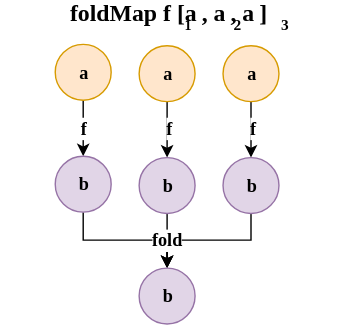
Above: src/images/foldMap.svg in owickstrom/domain-modeling-with-haskell-data-structures-oredev (draw.io), before the change. Source tidied: cells renumbered, new cells last; positions are measured from the earlier drawing's top-left corner, leaving out a move shared by most shapes. The source it was exported from:
```xml
<mxGraphModel background="#ffffff">
  <root>
    <mxCell id="0" />
    <mxCell id="1" parent="0" />
    <mxCell id="2" style="edgeStyle=orthogonalEdgeStyle;rounded=0;html=1;exitX=0.5;exitY=1;entryX=0.5;entryY=0;jettySize=auto;strokeWidth=1;fontSize=24;" parent="1" edge="1" source="3" target="9">
      <mxGeometry relative="1" as="geometry" />
    </mxCell>
    <mxCell id="3" value="a" style="ellipse;whiteSpace=wrap;html=1;fontFamily=Iosevka;fontStyle=1;fontSize=13;strokeWidth=1;fillColor=#ffe6cc;strokeColor=#d79b00;" parent="1" vertex="1">
      <mxGeometry x="39" y="30" width="40" height="40" as="geometry" />
    </mxCell>
    <mxCell id="4" style="edgeStyle=orthogonalEdgeStyle;rounded=0;html=1;exitX=0.5;exitY=1;entryX=0.5;entryY=0;jettySize=auto;strokeWidth=1;fontSize=24;" parent="1" edge="1" source="5" target="11">
      <mxGeometry relative="1" as="geometry" />
    </mxCell>
    <mxCell id="5" value="a" style="ellipse;whiteSpace=wrap;html=1;fontFamily=Iosevka;fontStyle=1;fontSize=13;strokeWidth=1;fillColor=#ffe6cc;strokeColor=#d79b00;" parent="1" vertex="1">
      <mxGeometry x="99" y="30.5" width="40" height="40" as="geometry" />
    </mxCell>
    <mxCell id="6" style="edgeStyle=orthogonalEdgeStyle;rounded=0;html=1;exitX=0.5;exitY=1;entryX=0.5;entryY=0;jettySize=auto;strokeWidth=1;fontSize=24;" parent="1" edge="1" source="7" target="13">
      <mxGeometry relative="1" as="geometry" />
    </mxCell>
    <mxCell id="7" value="a" style="ellipse;whiteSpace=wrap;html=1;fontFamily=Iosevka;fontStyle=1;fontSize=13;strokeWidth=1;fillColor=#ffe6cc;strokeColor=#d79b00;" parent="1" vertex="1">
      <mxGeometry x="159" y="30.5" width="40" height="40" as="geometry" />
    </mxCell>
    <mxCell id="8" style="edgeStyle=orthogonalEdgeStyle;rounded=0;html=1;exitX=0.5;exitY=1;jettySize=auto;strokeWidth=1;fontSize=24;entryX=0.5;entryY=0;" parent="1" edge="1" source="9" target="14">
      <mxGeometry relative="1" as="geometry" />
    </mxCell>
    <mxCell id="9" value="b" style="ellipse;whiteSpace=wrap;html=1;fontFamily=Iosevka;fontStyle=1;fontSize=13;strokeWidth=1;fillColor=#e1d5e7;strokeColor=#9673a6;" parent="1" vertex="1">
      <mxGeometry x="39" y="110" width="40" height="40" as="geometry" />
    </mxCell>
    <mxCell id="10" style="edgeStyle=orthogonalEdgeStyle;rounded=0;html=1;exitX=0.5;exitY=1;entryX=0.5;entryY=0;jettySize=auto;strokeWidth=1;fontSize=24;" parent="1" edge="1" source="11" target="14">
      <mxGeometry relative="1" as="geometry" />
    </mxCell>
    <mxCell id="11" value="b" style="ellipse;whiteSpace=wrap;html=1;fontFamily=Iosevka;fontStyle=1;fontSize=13;strokeWidth=1;fillColor=#e1d5e7;strokeColor=#9673a6;" parent="1" vertex="1">
      <mxGeometry x="99" y="110.5" width="40" height="40" as="geometry" />
    </mxCell>
    <mxCell id="12" style="edgeStyle=orthogonalEdgeStyle;rounded=0;html=1;exitX=0.5;exitY=1;entryX=0.5;entryY=0;jettySize=auto;strokeWidth=1;fontSize=24;" parent="1" edge="1" source="13" target="14">
      <mxGeometry relative="1" as="geometry">
        <Array as="points">
          <mxPoint x="179" y="170" />
          <mxPoint x="119" y="170" />
        </Array>
      </mxGeometry>
    </mxCell>
    <mxCell id="13" value="b" style="ellipse;whiteSpace=wrap;html=1;fontFamily=Iosevka;fontStyle=1;fontSize=13;strokeWidth=1;fillColor=#e1d5e7;strokeColor=#9673a6;" parent="1" vertex="1">
      <mxGeometry x="159" y="110.5" width="40" height="40" as="geometry" />
    </mxCell>
    <mxCell id="14" value="b" style="ellipse;whiteSpace=wrap;html=1;fontFamily=Iosevka;fontStyle=1;fontSize=13;strokeWidth=1;fillColor=#e1d5e7;strokeColor=#9673a6;" parent="1" vertex="1">
      <mxGeometry x="99" y="190" width="40" height="40" as="geometry" />
    </mxCell>
    <mxCell id="15" value="f" style="text;html=1;strokeColor=none;fillColor=none;align=center;verticalAlign=middle;whiteSpace=wrap;rounded=0;fontSize=13;fontFamily=Iosevka;fontStyle=1;labelBackgroundColor=#ffffff;" parent="1" vertex="1">
      <mxGeometry x="49" y="80" width="20" height="20" as="geometry" />
    </mxCell>
    <mxCell id="16" value="f" style="text;html=1;strokeColor=none;fillColor=none;align=center;verticalAlign=middle;whiteSpace=wrap;rounded=0;fontSize=13;fontFamily=Iosevka;fontStyle=1;labelBackgroundColor=#ffffff;" parent="1" vertex="1">
      <mxGeometry x="110" y="80" width="20" height="20" as="geometry" />
    </mxCell>
    <mxCell id="17" value="f" style="text;html=1;strokeColor=none;fillColor=none;align=center;verticalAlign=middle;whiteSpace=wrap;rounded=0;fontSize=13;fontFamily=Iosevka;fontStyle=1;labelBackgroundColor=#ffffff;" parent="1" vertex="1">
      <mxGeometry x="170" y="80" width="20" height="20" as="geometry" />
    </mxCell>
    <mxCell id="18" value="fold" style="text;html=1;strokeColor=none;fillColor=none;align=center;verticalAlign=middle;whiteSpace=wrap;rounded=0;fontSize=13;fontFamily=Iosevka;fontStyle=1;labelBackgroundColor=#ffffff;" parent="1" vertex="1">
      <mxGeometry x="99" y="160" width="40" height="20" as="geometry" />
    </mxCell>
    <mxCell id="19" value="&lt;font style=&quot;font-size: 17px&quot;&gt;foldMap f [a&lt;font style=&quot;font-size: 17px&quot;&gt;&lt;sub&gt; &lt;/sub&gt;&lt;/font&gt;, a&lt;sub&gt; &lt;/sub&gt;, a&lt;sub&gt; &lt;/sub&gt;]&lt;/font&gt;" style="text;html=1;strokeColor=none;fillColor=none;align=center;verticalAlign=middle;whiteSpace=wrap;rounded=0;labelBackgroundColor=#ffffff;fontFamily=Iosevka;fontSize=13;fontStyle=1;" parent="1" vertex="1">
      <mxGeometry width="240" height="20" as="geometry" />
    </mxCell>
    <mxCell id="20" value="&lt;font style=&quot;font-size: 10px&quot;&gt;1&lt;/font&gt;" style="text;html=1;align=left;verticalAlign=top;spacingTop=-4;fontSize=13;fontFamily=Iosevka;fontStyle=1;" parent="1" vertex="1">
      <mxGeometry x="130" y="5" width="20" height="20" as="geometry" />
    </mxCell>
    <mxCell id="21" value="&lt;font style=&quot;font-size: 11px&quot;&gt;2&lt;/font&gt;" style="text;html=1;align=left;verticalAlign=top;spacingTop=-4;fontSize=13;fontFamily=Iosevka;fontStyle=1;" parent="1" vertex="1">
      <mxGeometry x="165" y="5" width="20" height="20" as="geometry" />
    </mxCell>
    <mxCell id="22" value="3" style="text;html=1;align=left;verticalAlign=top;spacingTop=-4;fontSize=11;fontFamily=Iosevka;fontStyle=1;" parent="1" vertex="1">
      <mxGeometry x="199" y="7" width="20" height="20" as="geometry" />
    </mxCell>
  </root>
</mxGraphModel>
```
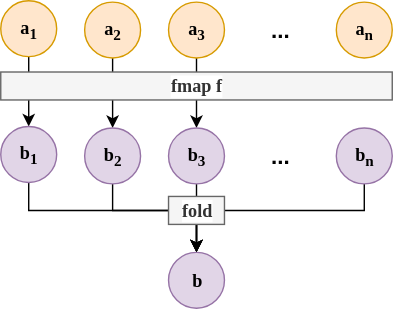
Above is the later version.

Diff of the diagram source:
```diff
@@ -5,70 +5,78 @@
     <mxCell id="2" style="edgeStyle=orthogonalEdgeStyle;rounded=0;html=1;exitX=0.5;exitY=1;entryX=0.5;entryY=0;jettySize=auto;strokeWidth=1;fontSize=24;" parent="1" edge="1" source="3" target="9">
       <mxGeometry relative="1" as="geometry" />
     </mxCell>
-    <mxCell id="3" value="a" style="ellipse;whiteSpace=wrap;html=1;fontFamily=Iosevka;fontStyle=1;fontSize=13;strokeWidth=1;fillColor=#ffe6cc;strokeColor=#d79b00;" parent="1" vertex="1">
-      <mxGeometry x="39" y="30" width="40" height="40" as="geometry" />
+    <mxCell id="3" value="a&lt;sub&gt;1&lt;/sub&gt;" style="ellipse;whiteSpace=wrap;html=1;fontFamily=Iosevka;fontStyle=1;fontSize=13;strokeWidth=1;fillColor=#ffe6cc;strokeColor=#d79b00;" parent="1" vertex="1">
+      <mxGeometry x="39" y="20" width="40" height="40" as="geometry" />
     </mxCell>
     <mxCell id="4" style="edgeStyle=orthogonalEdgeStyle;rounded=0;html=1;exitX=0.5;exitY=1;entryX=0.5;entryY=0;jettySize=auto;strokeWidth=1;fontSize=24;" parent="1" edge="1" source="5" target="11">
       <mxGeometry relative="1" as="geometry" />
     </mxCell>
-    <mxCell id="5" value="a" style="ellipse;whiteSpace=wrap;html=1;fontFamily=Iosevka;fontStyle=1;fontSize=13;strokeWidth=1;fillColor=#ffe6cc;strokeColor=#d79b00;" parent="1" vertex="1">
-      <mxGeometry x="99" y="30.5" width="40" height="40" as="geometry" />
+    <mxCell id="5" value="a&lt;sub&gt;2&lt;/sub&gt;" style="ellipse;whiteSpace=wrap;html=1;fontFamily=Iosevka;fontStyle=1;fontSize=13;strokeWidth=1;fillColor=#ffe6cc;strokeColor=#d79b00;" parent="1" vertex="1">
+      <mxGeometry x="99" y="20.5" width="40" height="40" as="geometry" />
     </mxCell>
     <mxCell id="6" style="edgeStyle=orthogonalEdgeStyle;rounded=0;html=1;exitX=0.5;exitY=1;entryX=0.5;entryY=0;jettySize=auto;strokeWidth=1;fontSize=24;" parent="1" edge="1" source="7" target="13">
       <mxGeometry relative="1" as="geometry" />
     </mxCell>
-    <mxCell id="7" value="a" style="ellipse;whiteSpace=wrap;html=1;fontFamily=Iosevka;fontStyle=1;fontSize=13;strokeWidth=1;fillColor=#ffe6cc;strokeColor=#d79b00;" parent="1" vertex="1">
-      <mxGeometry x="159" y="30.5" width="40" height="40" as="geometry" />
+    <mxCell id="7" value="a&lt;sub&gt;3&lt;/sub&gt;" style="ellipse;whiteSpace=wrap;html=1;fontFamily=Iosevka;fontStyle=1;fontSize=13;strokeWidth=1;fillColor=#ffe6cc;strokeColor=#d79b00;" parent="1" vertex="1">
+      <mxGeometry x="159" y="20.5" width="40" height="40" as="geometry" />
     </mxCell>
     <mxCell id="8" style="edgeStyle=orthogonalEdgeStyle;rounded=0;html=1;exitX=0.5;exitY=1;jettySize=auto;strokeWidth=1;fontSize=24;entryX=0.5;entryY=0;" parent="1" edge="1" source="9" target="14">
-      <mxGeometry relative="1" as="geometry" />
+      <mxGeometry relative="1" as="geometry">
+        <Array as="points">
+          <mxPoint x="59" y="170" />
+          <mxPoint x="179" y="170" />
+        </Array>
+      </mxGeometry>
     </mxCell>
-    <mxCell id="9" value="b" style="ellipse;whiteSpace=wrap;html=1;fontFamily=Iosevka;fontStyle=1;fontSize=13;strokeWidth=1;fillColor=#e1d5e7;strokeColor=#9673a6;" parent="1" vertex="1">
+    <mxCell id="9" value="b&lt;sub&gt;1&lt;/sub&gt;" style="ellipse;whiteSpace=wrap;html=1;fontFamily=Iosevka;fontStyle=1;fontSize=13;strokeWidth=1;fillColor=#e1d5e7;strokeColor=#9673a6;" parent="1" vertex="1">
       <mxGeometry x="39" y="110" width="40" height="40" as="geometry" />
     </mxCell>
-    <mxCell id="10" style="edgeStyle=orthogonalEdgeStyle;rounded=0;html=1;exitX=0.5;exitY=1;entryX=0.5;entryY=0;jettySize=auto;strokeWidth=1;fontSize=24;" parent="1" edge="1" source="11" target="14">
-      <mxGeometry relative="1" as="geometry" />
-    </mxCell>
+    <mxCell id="23" style="edgeStyle=orthogonalEdgeStyle;rounded=0;html=1;exitX=0.5;exitY=1;jettySize=auto;fontFamily=Iosevka;fontSize=16;" parent="1" edge="1" source="11">
+      <mxGeometry relative="1" as="geometry">
+        <mxPoint x="179" y="200" as="targetPoint" />
+        <Array as="points">
+          <mxPoint x="119" y="170" />
+          <mxPoint x="179" y="170" />
+        </Array>
+      </mxGeometry>
+    </mxCell>
-    <mxCell id="11" value="b" style="ellipse;whiteSpace=wrap;html=1;fontFamily=Iosevka;fontStyle=1;fontSize=13;strokeWidth=1;fillColor=#e1d5e7;strokeColor=#9673a6;" parent="1" vertex="1">
+    <mxCell id="11" value="b&lt;sub&gt;2&lt;/sub&gt;" style="ellipse;whiteSpace=wrap;html=1;fontFamily=Iosevka;fontStyle=1;fontSize=13;strokeWidth=1;fillColor=#e1d5e7;strokeColor=#9673a6;" parent="1" vertex="1">
       <mxGeometry x="99" y="110.5" width="40" height="40" as="geometry" />
     </mxCell>
-    <mxCell id="12" style="edgeStyle=orthogonalEdgeStyle;rounded=0;html=1;exitX=0.5;exitY=1;entryX=0.5;entryY=0;jettySize=auto;strokeWidth=1;fontSize=24;" parent="1" edge="1" source="13" target="14">
-      <mxGeometry relative="1" as="geometry">
-        <Array as="points">
-          <mxPoint x="179" y="170" />
-          <mxPoint x="119" y="170" />
-        </Array>
-      </mxGeometry>
+    <mxCell id="12" style="edgeStyle=orthogonalEdgeStyle;rounded=0;html=1;exitX=0.5;exitY=1;entryX=0.5;entryY=0;jettySize=auto;fontFamily=Iosevka;fontSize=16;" parent="1" edge="1" source="13" target="14">
+      <mxGeometry relative="1" as="geometry" />
     </mxCell>
-    <mxCell id="13" value="b" style="ellipse;whiteSpace=wrap;html=1;fontFamily=Iosevka;fontStyle=1;fontSize=13;strokeWidth=1;fillColor=#e1d5e7;strokeColor=#9673a6;" parent="1" vertex="1">
+    <mxCell id="13" value="b&lt;sub&gt;3&lt;/sub&gt;" style="ellipse;whiteSpace=wrap;html=1;fontFamily=Iosevka;fontStyle=1;fontSize=13;strokeWidth=1;fillColor=#e1d5e7;strokeColor=#9673a6;" parent="1" vertex="1">
       <mxGeometry x="159" y="110.5" width="40" height="40" as="geometry" />
     </mxCell>
     <mxCell id="14" value="b" style="ellipse;whiteSpace=wrap;html=1;fontFamily=Iosevka;fontStyle=1;fontSize=13;strokeWidth=1;fillColor=#e1d5e7;strokeColor=#9673a6;" parent="1" vertex="1">
-      <mxGeometry x="99" y="190" width="40" height="40" as="geometry" />
+      <mxGeometry x="159" y="200" width="40" height="40" as="geometry" />
     </mxCell>
-    <mxCell id="15" value="f" style="text;html=1;strokeColor=none;fillColor=none;align=center;verticalAlign=middle;whiteSpace=wrap;rounded=0;fontSize=13;fontFamily=Iosevka;fontStyle=1;labelBackgroundColor=#ffffff;" parent="1" vertex="1">
-      <mxGeometry x="49" y="80" width="20" height="20" as="geometry" />
-    </mxCell>
-    <mxCell id="16" value="f" style="text;html=1;strokeColor=none;fillColor=none;align=center;verticalAlign=middle;whiteSpace=wrap;rounded=0;fontSize=13;fontFamily=Iosevka;fontStyle=1;labelBackgroundColor=#ffffff;" parent="1" vertex="1">
-      <mxGeometry x="110" y="80" width="20" height="20" as="geometry" />
-    </mxCell>
-    <mxCell id="17" value="f" style="text;html=1;strokeColor=none;fillColor=none;align=center;verticalAlign=middle;whiteSpace=wrap;rounded=0;fontSize=13;fontFamily=Iosevka;fontStyle=1;labelBackgroundColor=#ffffff;" parent="1" vertex="1">
-      <mxGeometry x="170" y="80" width="20" height="20" as="geometry" />
-    </mxCell>
+    <mxCell id="24" value="&lt;div align=&quot;center&quot;&gt;fmap f&lt;/div&gt;" style="text;html=1;strokeColor=#666666;fillColor=#f5f5f5;align=center;verticalAlign=middle;whiteSpace=wrap;rounded=0;fontSize=13;fontFamily=Iosevka;fontStyle=1;labelBackgroundColor=#ffffff;fontColor=#333333;" parent="1" vertex="1">
+      <mxGeometry x="39" y="71" width="280" height="20" as="geometry" />
+    </mxCell>
+    <mxCell id="25" value="..." style="text;html=1;strokeColor=none;fillColor=none;align=center;verticalAlign=middle;whiteSpace=wrap;rounded=0;fontSize=16;fontStyle=1;" parent="1" vertex="1">
+      <mxGeometry x="219" y="30.5" width="40" height="20" as="geometry" />
+    </mxCell>
+    <mxCell id="26" value="a&lt;sub&gt;n&lt;/sub&gt;" style="ellipse;whiteSpace=wrap;html=1;fontFamily=Iosevka;fontStyle=1;fontSize=13;strokeWidth=1;fillColor=#ffe6cc;strokeColor=#d79b00;" parent="1" vertex="1">
+      <mxGeometry x="279" y="20.5" width="40" height="40" as="geometry" />
+    </mxCell>
+    <mxCell id="27" style="edgeStyle=orthogonalEdgeStyle;rounded=0;html=1;exitX=0.5;exitY=1;entryX=0.5;entryY=0;jettySize=auto;fontFamily=Iosevka;fontSize=16;" parent="1" edge="1" source="28" target="14">
+      <mxGeometry relative="1" as="geometry">
+        <Array as="points">
+          <mxPoint x="299" y="170" />
+          <mxPoint x="179" y="170" />
+        </Array>
+      </mxGeometry>
+    </mxCell>
+    <mxCell id="28" value="b&lt;sub&gt;n&lt;/sub&gt;" style="ellipse;whiteSpace=wrap;html=1;fontFamily=Iosevka;fontStyle=1;fontSize=13;strokeWidth=1;fillColor=#e1d5e7;strokeColor=#9673a6;" parent="1" vertex="1">
+      <mxGeometry x="279" y="110.5" width="40" height="40" as="geometry" />
+    </mxCell>
+    <mxCell id="29" value="..." style="text;html=1;strokeColor=none;fillColor=none;align=center;verticalAlign=middle;whiteSpace=wrap;rounded=0;fontSize=16;fontStyle=1;" parent="1" vertex="1">
+      <mxGeometry x="219" y="120.5" width="40" height="20" as="geometry" />
+    </mxCell>
-    <mxCell id="18" value="fold" style="text;html=1;strokeColor=none;fillColor=none;align=center;verticalAlign=middle;whiteSpace=wrap;rounded=0;fontSize=13;fontFamily=Iosevka;fontStyle=1;labelBackgroundColor=#ffffff;" parent="1" vertex="1">
-      <mxGeometry x="99" y="160" width="40" height="20" as="geometry" />
+    <mxCell id="18" value="fold" style="text;html=1;strokeColor=#666666;fillColor=#f5f5f5;align=center;verticalAlign=middle;whiteSpace=wrap;rounded=0;fontSize=13;fontFamily=Iosevka;fontStyle=1;labelBackgroundColor=#ffffff;fontColor=#333333;" parent="1" vertex="1">
+      <mxGeometry x="159" y="160" width="40" height="20" as="geometry" />
     </mxCell>
-    <mxCell id="19" value="&lt;font style=&quot;font-size: 17px&quot;&gt;foldMap f [a&lt;font style=&quot;font-size: 17px&quot;&gt;&lt;sub&gt; &lt;/sub&gt;&lt;/font&gt;, a&lt;sub&gt; &lt;/sub&gt;, a&lt;sub&gt; &lt;/sub&gt;]&lt;/font&gt;" style="text;html=1;strokeColor=none;fillColor=none;align=center;verticalAlign=middle;whiteSpace=wrap;rounded=0;labelBackgroundColor=#ffffff;fontFamily=Iosevka;fontSize=13;fontStyle=1;" parent="1" vertex="1">
-      <mxGeometry width="240" height="20" as="geometry" />
-    </mxCell>
-    <mxCell id="20" value="&lt;font style=&quot;font-size: 10px&quot;&gt;1&lt;/font&gt;" style="text;html=1;align=left;verticalAlign=top;spacingTop=-4;fontSize=13;fontFamily=Iosevka;fontStyle=1;" parent="1" vertex="1">
-      <mxGeometry x="130" y="5" width="20" height="20" as="geometry" />
-    </mxCell>
-    <mxCell id="21" value="&lt;font style=&quot;font-size: 11px&quot;&gt;2&lt;/font&gt;" style="text;html=1;align=left;verticalAlign=top;spacingTop=-4;fontSize=13;fontFamily=Iosevka;fontStyle=1;" parent="1" vertex="1">
-      <mxGeometry x="165" y="5" width="20" height="20" as="geometry" />
-    </mxCell>
-    <mxCell id="22" value="3" style="text;html=1;align=left;verticalAlign=top;spacingTop=-4;fontSize=11;fontFamily=Iosevka;fontStyle=1;" parent="1" vertex="1">
-      <mxGeometry x="199" y="7" width="20" height="20" as="geometry" />
-    </mxCell>
   </root>
 </mxGraphModel>
```
